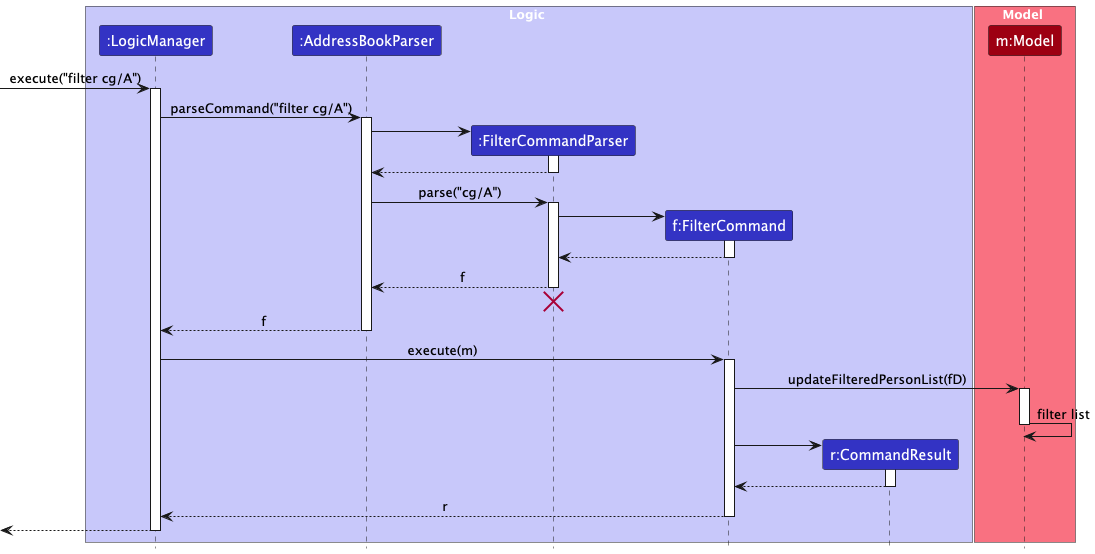
This is docs/images/FilterSequenceDiagram.png from GaaneshT/tp, a PlantUML export, as it was before one commit.
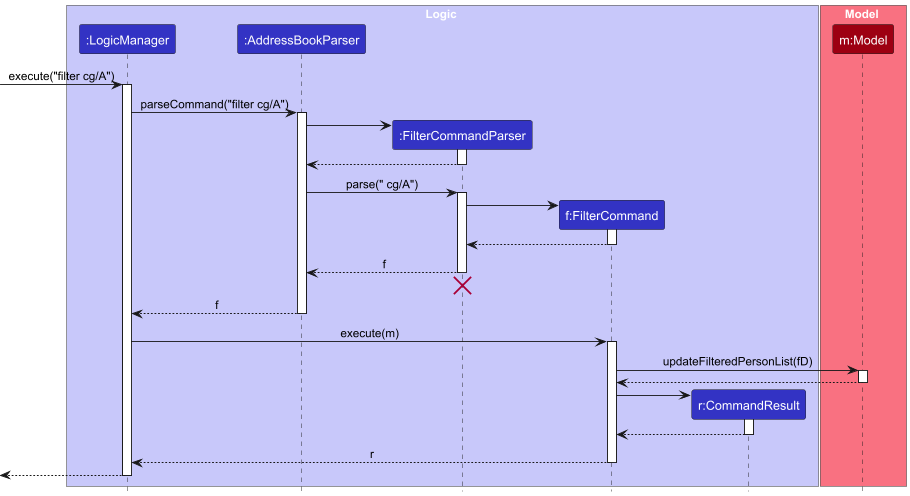
Above is the later version.

Diff of the diagram source:
```diff
@@ -27,7 +27,7 @@
 FilterCommandParser --> AddressBookParser
 deactivate FilterCommandParser
 
-AddressBookParser -> FilterCommandParser : parse("cg/A")
+AddressBookParser -> FilterCommandParser : parse(" cg/A")
 activate FilterCommandParser
 
 create FilterCommand
@@ -51,8 +51,7 @@
 FilterCommand -> Model : updateFilteredPersonList(fD)
 activate Model
 
-Model -> Model : filter list
-
+Model --> FilterCommand
 deactivate Model
 
 create CommandResult
```
